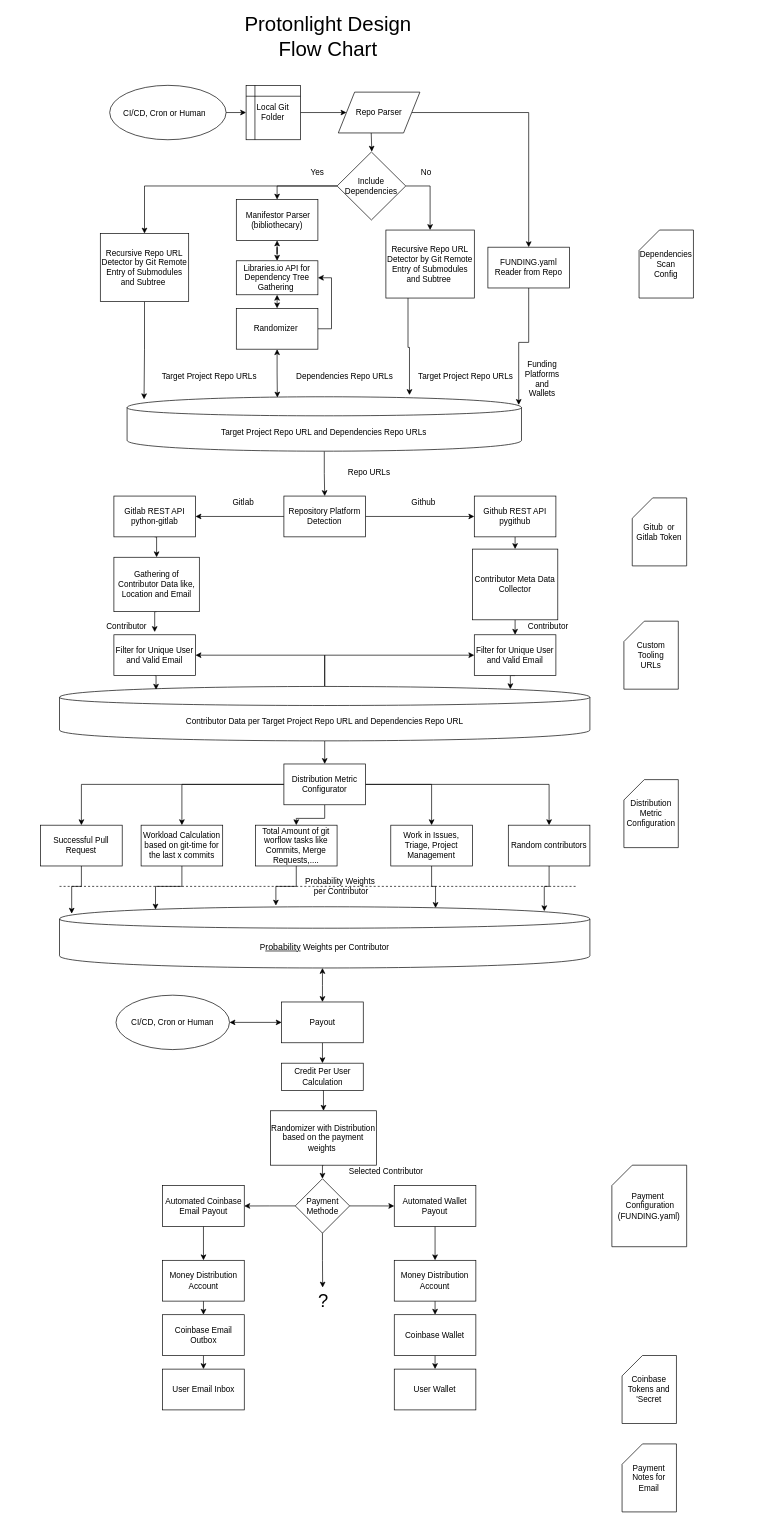
This is docs/design/protonlight.drawio from protontypes/LibreSelery, a draw.io file, before an edit. Source tidied: cells renumbered, new cells numbered last; positions are measured from the earlier drawing's top-left corner, leaving out a move shared by most shapes. Both pictures are drawn from the tidied source at 68%, with x=0, y=0 at pixel (40, 22).
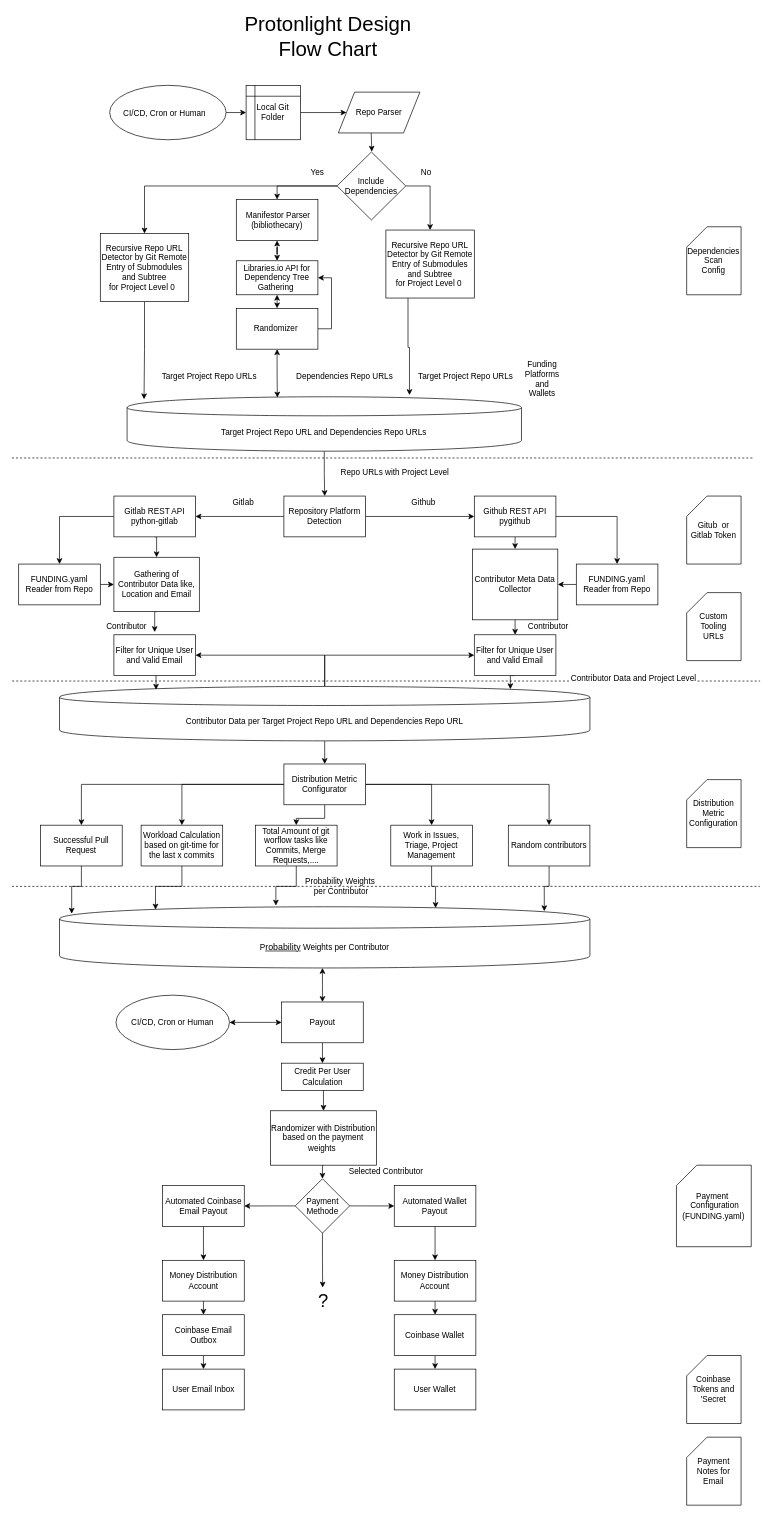
The same page after the edit.

Commit message:
added boarders and moved funding file

The change refers to these unchanged cells:
```xml
<mxCell id="15" value="Github REST API&lt;br&gt;pygithub" style="rounded=0;whiteSpace=wrap;html=1;" parent="1" vertex="1">
  <mxGeometry x="638" y="696" width="120" height="60" as="geometry" />
</mxCell>
<mxCell id="18" value="Gitlab REST API&lt;br&gt;python-gitlab&lt;br&gt;" style="rounded=0;whiteSpace=wrap;html=1;" parent="1" vertex="1">
  <mxGeometry x="108" y="696" width="120" height="60" as="geometry" />
</mxCell>
<mxCell id="20" value="Gathering of Contributor Data like, Location and Email" style="rounded=0;whiteSpace=wrap;html=1;" parent="1" vertex="1">
  <mxGeometry x="108" y="786" width="125.6" height="80" as="geometry" />
</mxCell>
<mxCell id="22" value="Contributor Meta Data Collector" style="rounded=0;whiteSpace=wrap;html=1;" parent="1" vertex="1">
  <mxGeometry x="635.2" y="774" width="125.6" height="104" as="geometry" />
</mxCell>
<mxCell id="50" value="Repo Parser" style="shape=parallelogram;perimeter=parallelogramPerimeter;whiteSpace=wrap;html=1;" parent="1" vertex="1">
  <mxGeometry x="438" y="102" width="120" height="60" as="geometry" />
</mxCell>
<mxCell id="60" value="Target Project Repo URL and Dependencies Repo URLs" style="shape=cylinder;whiteSpace=wrap;html=1;boundedLbl=1;backgroundOutline=1;" parent="1" vertex="1">
  <mxGeometry x="127.4" y="550" width="580" height="80" as="geometry" />
</mxCell>
```

What changed in the source:
```diff
@@
-    <mxCell id="6" value="Recursive Repo URL Detector by Git Remote Entry of Submodules and Subtree&amp;nbsp;" style="rounded=0;whiteSpace=wrap;html=1;" parent="1" vertex="1">
+    <mxCell id="6" value="Recursive Repo URL Detector by Git Remote Entry of Submodules and Subtree&lt;br&gt;for Project Level 0&amp;nbsp;&amp;nbsp;" style="rounded=0;whiteSpace=wrap;html=1;" parent="1" vertex="1">
       <mxGeometry x="88" y="310" width="130" height="100" as="geometry" />
     </mxCell>
@@
+    <mxCell id="115" style="edgeStyle=orthogonalEdgeStyle;rounded=0;jettySize=auto;html=1;exitX=1;exitY=0.5;exitDx=0;exitDy=0;entryX=0.5;entryY=0;entryDx=0;entryDy=0;" parent="1" edge="1" source="15" target="123">
+      <mxGeometry relative="1" as="geometry" />
+    </mxCell>
@@
-    <mxCell id="16" value="Repo URLs" style="text;html=1;align=center;verticalAlign=middle;" parent="1" vertex="1">
-      <mxGeometry x="443" y="652" width="80" height="20" as="geometry" />
+    <mxCell id="16" value="Repo URLs with Project Level" style="text;html=1;align=center;verticalAlign=middle;" parent="1" vertex="1">
+      <mxGeometry x="436.2" y="652" width="170" height="20" as="geometry" />
     </mxCell>
@@
+    <mxCell id="116" style="edgeStyle=orthogonalEdgeStyle;rounded=0;jettySize=auto;html=1;exitX=0;exitY=0.5;exitDx=0;exitDy=0;" parent="1" edge="1" source="18" target="121">
+      <mxGeometry relative="1" as="geometry" />
+    </mxCell>
@@
     <mxCell id="30" value="Gitub&amp;nbsp; or Gitlab Token" style="shape=card;whiteSpace=wrap;html=1;" parent="1" vertex="1">
-      <mxGeometry x="870.3" y="698.7" width="80" height="100" as="geometry" />
+      <mxGeometry x="950.3" y="696" width="80" height="100" as="geometry" />
     </mxCell>
@@
     <mxCell id="35" value="Distribution Metric Configuration" style="shape=card;whiteSpace=wrap;html=1;" parent="1" vertex="1">
-      <mxGeometry x="858" y="1113" width="80" height="100" as="geometry" />
+      <mxGeometry x="950.3" y="1113" width="80" height="100" as="geometry" />
     </mxCell>
     <mxCell id="36" value="Payment&amp;nbsp;&lt;br&gt;&amp;nbsp;Configuration&lt;br&gt;(FUNDING.yaml)" style="shape=card;whiteSpace=wrap;html=1;" parent="1" vertex="1">
-      <mxGeometry x="840.3" y="1680" width="110" height="119.9" as="geometry" />
+      <mxGeometry x="935.3" y="1680" width="110" height="119.9" as="geometry" />
     </mxCell>
@@
     <mxCell id="38" value="Payment Notes for Email" style="shape=card;whiteSpace=wrap;html=1;" parent="1" vertex="1">
-      <mxGeometry x="855.3" y="2089.9" width="80" height="100" as="geometry" />
+      <mxGeometry x="950.3" y="2080" width="80" height="100" as="geometry" />
     </mxCell>
@@
-    <mxCell id="49" style="edgeStyle=orthogonalEdgeStyle;rounded=0;jettySize=auto;html=1;exitX=1;exitY=0.5;exitDx=0;exitDy=0;entryX=0.5;entryY=0;entryDx=0;entryDy=0;" parent="1" edge="1" source="50" target="86">
-      <mxGeometry relative="1" as="geometry" />
-    </mxCell>
@@
-    <mxCell id="55" value="Recursive Repo URL Detector by Git Remote Entry of Submodules and Subtree&amp;nbsp;" style="rounded=0;whiteSpace=wrap;html=1;" parent="1" vertex="1">
+    <mxCell id="55" value="Recursive Repo URL Detector by Git Remote Entry of Submodules and Subtree&lt;br&gt;for Project Level 0&amp;nbsp;" style="rounded=0;whiteSpace=wrap;html=1;" parent="1" vertex="1">
       <mxGeometry x="508" y="304.8" width="130" height="100" as="geometry" />
     </mxCell>
@@
     <mxCell id="80" value="&lt;span style=&quot;text-align: left ; white-space: nowrap&quot;&gt;Coinbase &lt;br&gt;Tokens and &lt;br&gt;'Secret&lt;/span&gt;" style="shape=card;whiteSpace=wrap;html=1;" parent="1" vertex="1">
-      <mxGeometry x="855.3" y="1959.9" width="80" height="100" as="geometry" />
+      <mxGeometry x="950.3" y="1959.9" width="80" height="100" as="geometry" />
     </mxCell>
@@
-    <mxCell id="85" style="edgeStyle=orthogonalEdgeStyle;rounded=0;jettySize=auto;html=1;exitX=0.5;exitY=1;exitDx=0;exitDy=0;entryX=0.993;entryY=0.15;entryDx=0;entryDy=0;entryPerimeter=0;" parent="1" edge="1" source="86" target="60">
-      <mxGeometry relative="1" as="geometry" />
-    </mxCell>
-    <mxCell id="86" value="FUNDING.yaml&lt;br&gt;Reader from Repo" style="rounded=0;whiteSpace=wrap;html=1;" parent="1" vertex="1">
-      <mxGeometry x="658" y="330" width="120" height="60" as="geometry" />
-    </mxCell>
@@
     <mxCell id="110" style="endArrow=none;dashed=1;html=1;" parent="1" edge="1">
       <mxGeometry relative="1" as="geometry">
-        <mxPoint x="28" y="1270" as="sourcePoint" />
-        <mxPoint x="788" y="1270" as="targetPoint" />
+        <mxPoint x="-42" y="1270" as="sourcePoint" />
+        <mxPoint x="1058" y="1270" as="targetPoint" />
       </mxGeometry>
     </mxCell>
     <mxCell id="111" value="Dependencies&lt;br&gt;Scan&lt;br&gt;Config" style="shape=card;whiteSpace=wrap;html=1;" parent="1" vertex="1">
-      <mxGeometry x="880.3" y="304.8" width="80" height="100" as="geometry" />
+      <mxGeometry x="950.3" y="300" width="80" height="100" as="geometry" />
     </mxCell>
     <mxCell id="112" value="Custom&lt;br&gt;Tooling&lt;br&gt;URLs" style="shape=card;whiteSpace=wrap;html=1;" parent="1" vertex="1">
-      <mxGeometry x="858" y="880" width="80" height="100" as="geometry" />
+      <mxGeometry x="950.3" y="838" width="80" height="100" as="geometry" />
     </mxCell>
@@
+    <mxCell id="117" style="endArrow=none;dashed=1;html=1;" parent="1" edge="1">
+      <mxGeometry relative="1" as="geometry">
+        <mxPoint x="-42" y="640" as="sourcePoint" />
+        <mxPoint x="1048" y="640" as="targetPoint" />
+      </mxGeometry>
+    </mxCell>
+    <mxCell id="118" style="endArrow=none;dashed=1;html=1;" parent="1" edge="1">
+      <mxGeometry relative="1" as="geometry">
+        <mxPoint x="-41.7" y="968" as="sourcePoint" />
+        <mxPoint x="1058.3" y="968" as="targetPoint" />
+      </mxGeometry>
+    </mxCell>
+    <mxCell id="119" value="Contributor Data and Project Level" style="text;html=1;align=center;verticalAlign=middle;labelBackgroundColor=#ffffff;" parent="118" vertex="1">
+      <mxGeometry x="0.66" y="4" relative="1" as="geometry" />
+    </mxCell>
+    <mxCell id="120" style="edgeStyle=orthogonalEdgeStyle;rounded=0;jettySize=auto;html=1;exitX=1;exitY=0.5;exitDx=0;exitDy=0;entryX=0;entryY=0.5;entryDx=0;entryDy=0;" parent="1" edge="1" source="121" target="20">
+      <mxGeometry relative="1" as="geometry" />
+    </mxCell>
+    <mxCell id="121" value="FUNDING.yaml&lt;br&gt;Reader from Repo" style="rounded=0;whiteSpace=wrap;html=1;" parent="1" vertex="1">
+      <mxGeometry x="-32" y="796" width="120" height="60" as="geometry" />
+    </mxCell>
+    <mxCell id="122" style="edgeStyle=orthogonalEdgeStyle;rounded=0;jettySize=auto;html=1;exitX=0;exitY=0.5;exitDx=0;exitDy=0;entryX=1;entryY=0.5;entryDx=0;entryDy=0;" parent="1" edge="1" source="123" target="22">
+      <mxGeometry relative="1" as="geometry" />
+    </mxCell>
+    <mxCell id="123" value="FUNDING.yaml&lt;br&gt;Reader from Repo" style="rounded=0;whiteSpace=wrap;html=1;" parent="1" vertex="1">
+      <mxGeometry x="788" y="796" width="120" height="60" as="geometry" />
+    </mxCell>
```
